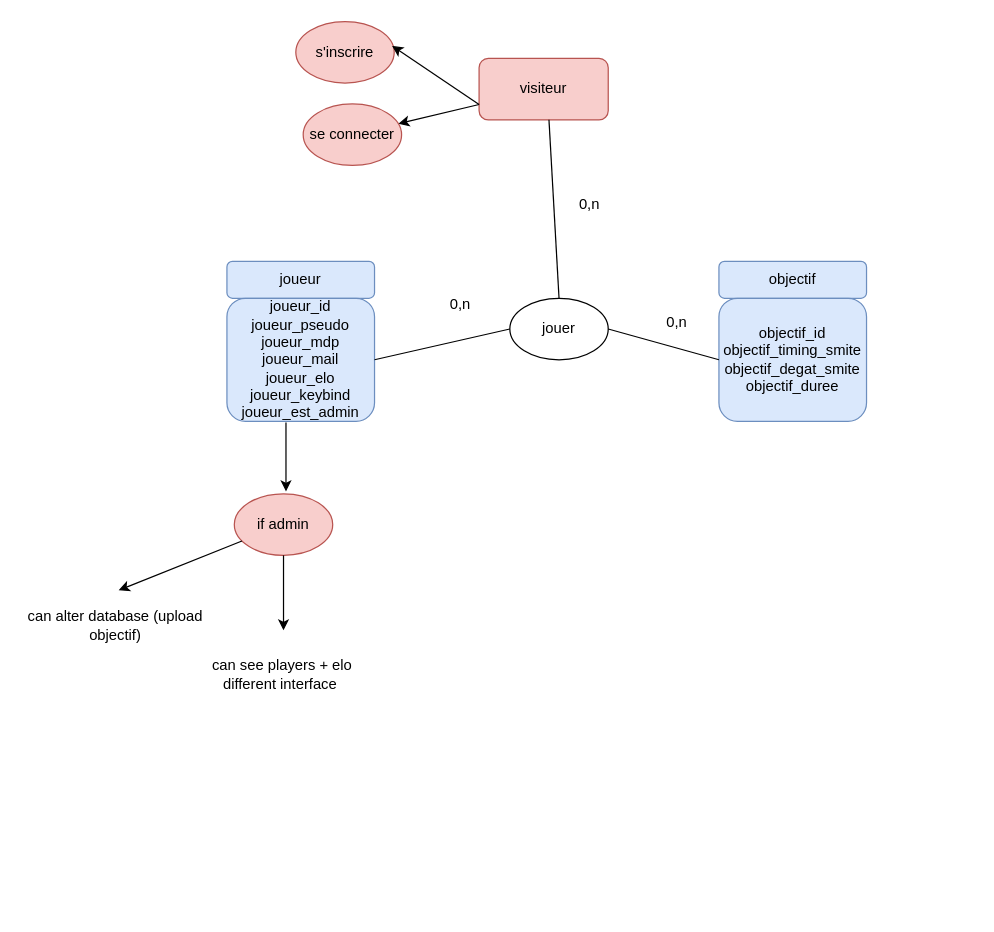
Earlier version of the draw.io diagram Untitled Diagram.drawio (402rayan/Pop_smite). Source tidied: cells renumbered, new cells numbered last; positions are measured from the earlier drawing's top-left corner, leaving out a move shared by most shapes. Both pictures are drawn from the tidied source at 123%, with x=0, y=0 at pixel (21, 21).
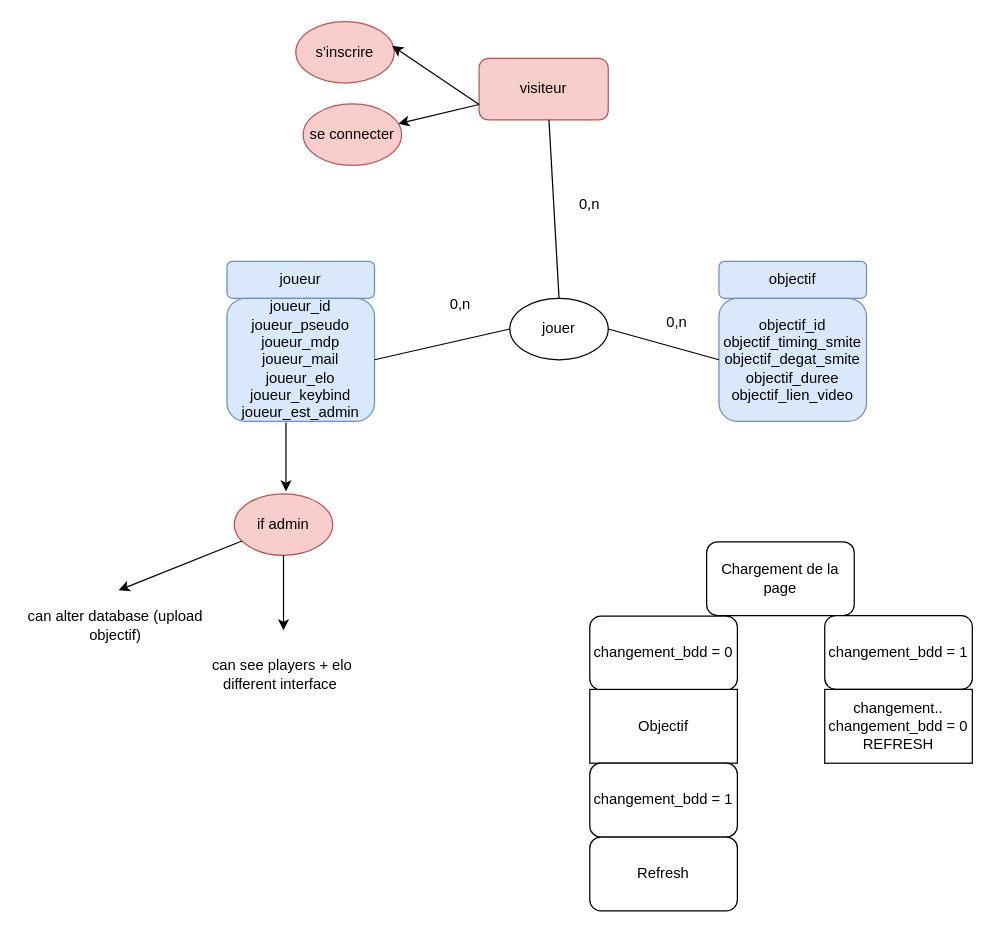
After the change.

Diff of the diagram source:
```diff
@@
-    <mxCell id="5" value="objectif_id&lt;br&gt;objectif_timing_smite&lt;br&gt;objectif_degat_smite&lt;br&gt;objectif_duree" style="rounded=1;whiteSpace=wrap;html=1;fillColor=#dae8fc;strokeColor=#6c8ebf;" parent="1" vertex="1">
+    <mxCell id="5" value="objectif_id&lt;br&gt;objectif_timing_smite&lt;br&gt;objectif_degat_smite&lt;br&gt;objectif_duree&lt;br&gt;objectif_lien_video" style="rounded=1;whiteSpace=wrap;html=1;fillColor=#dae8fc;strokeColor=#6c8ebf;" parent="1" vertex="1">
       <mxGeometry x="567" y="225" width="120" height="100" as="geometry" />
     </mxCell>
@@
+    <mxCell id="24" value="Chargement de la page" style="rounded=1;whiteSpace=wrap;html=1;" parent="1" vertex="1">
+      <mxGeometry x="557" y="423" width="120" height="60" as="geometry" />
+    </mxCell>
+    <mxCell id="25" value="changement_bdd = 1" style="rounded=1;whiteSpace=wrap;html=1;" parent="1" vertex="1">
+      <mxGeometry x="653" y="483" width="120" height="60" as="geometry" />
+    </mxCell>
+    <mxCell id="26" value="changement..&lt;br&gt;changement_bdd = 0&lt;br&gt;REFRESH" style="rounded=0;whiteSpace=wrap;html=1;" parent="1" vertex="1">
+      <mxGeometry x="653" y="543" width="120" height="60" as="geometry" />
+    </mxCell>
+    <mxCell id="27" value="changement_bdd = 0" style="rounded=1;whiteSpace=wrap;html=1;" parent="1" vertex="1">
+      <mxGeometry x="462" y="483.4" width="120" height="60" as="geometry" />
+    </mxCell>
+    <mxCell id="28" value="Objectif" style="rounded=0;whiteSpace=wrap;html=1;" parent="1" vertex="1">
+      <mxGeometry x="462" y="543" width="120" height="60" as="geometry" />
+    </mxCell>
+    <mxCell id="29" value="changement_bdd = 1" style="rounded=1;whiteSpace=wrap;html=1;" parent="1" vertex="1">
+      <mxGeometry x="462" y="603" width="120" height="60" as="geometry" />
+    </mxCell>
+    <mxCell id="30" value="Refresh" style="rounded=1;whiteSpace=wrap;html=1;" parent="1" vertex="1">
+      <mxGeometry x="462" y="663" width="120" height="60" as="geometry" />
+    </mxCell>
```
